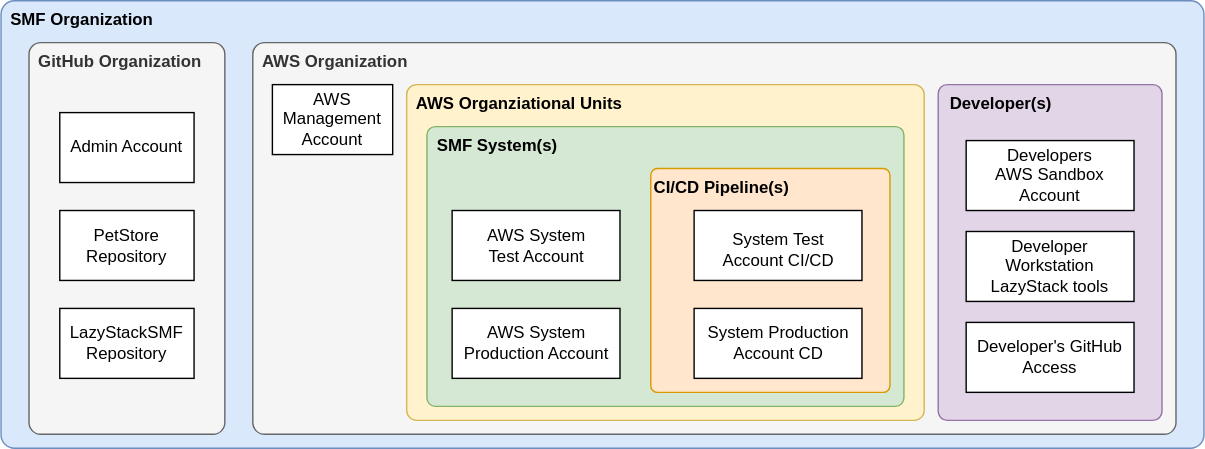
Above: docs/assets/img/LazyStackSMFSetup_2.svg in InSciCo/InSciCo (draw.io), before the change. Source tidied: cells renumbered, new cells last; positions are measured from the earlier drawing's top-left corner, leaving out a move shared by most shapes.
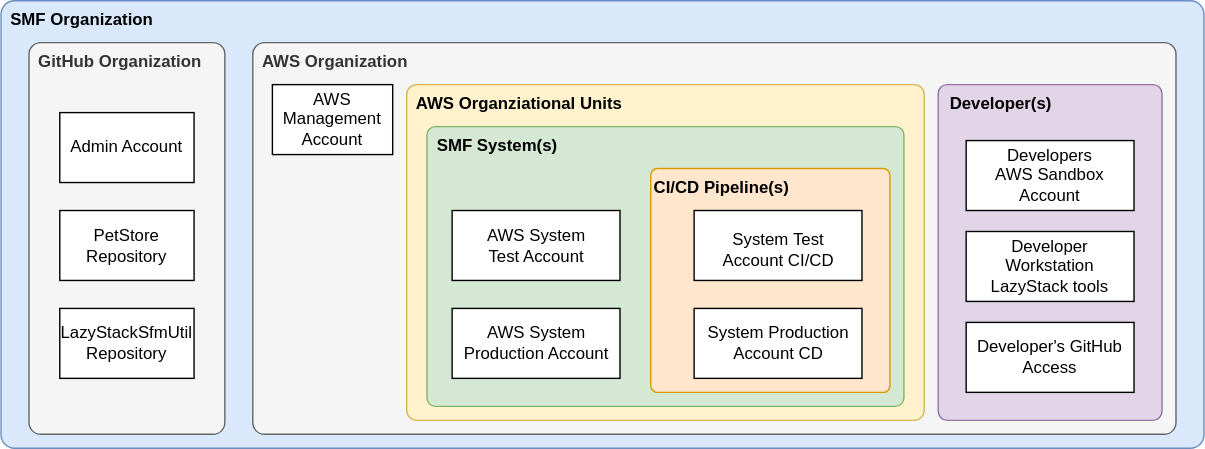
After the commit.

Change to the diagram source:
```diff
@@ -71,7 +71,7 @@
     <mxCell id="24" style="group;" parent="20" vertex="1">
       <mxGeometry x="22" y="190" width="96" height="60" as="geometry" />
     </mxCell>
-    <mxCell id="25" value="LazyStackSMF Repository" style="rounded=0;whiteSpace=wrap;html=1;" parent="24" vertex="1">
+    <mxCell id="25" value="LazyStackSfmUtil Repository" style="rounded=0;whiteSpace=wrap;html=1;" parent="24" vertex="1">
       <mxGeometry width="96" height="50" as="geometry" />
     </mxCell>
     <mxCell id="26" style="group;" parent="20" vertex="1">
```
